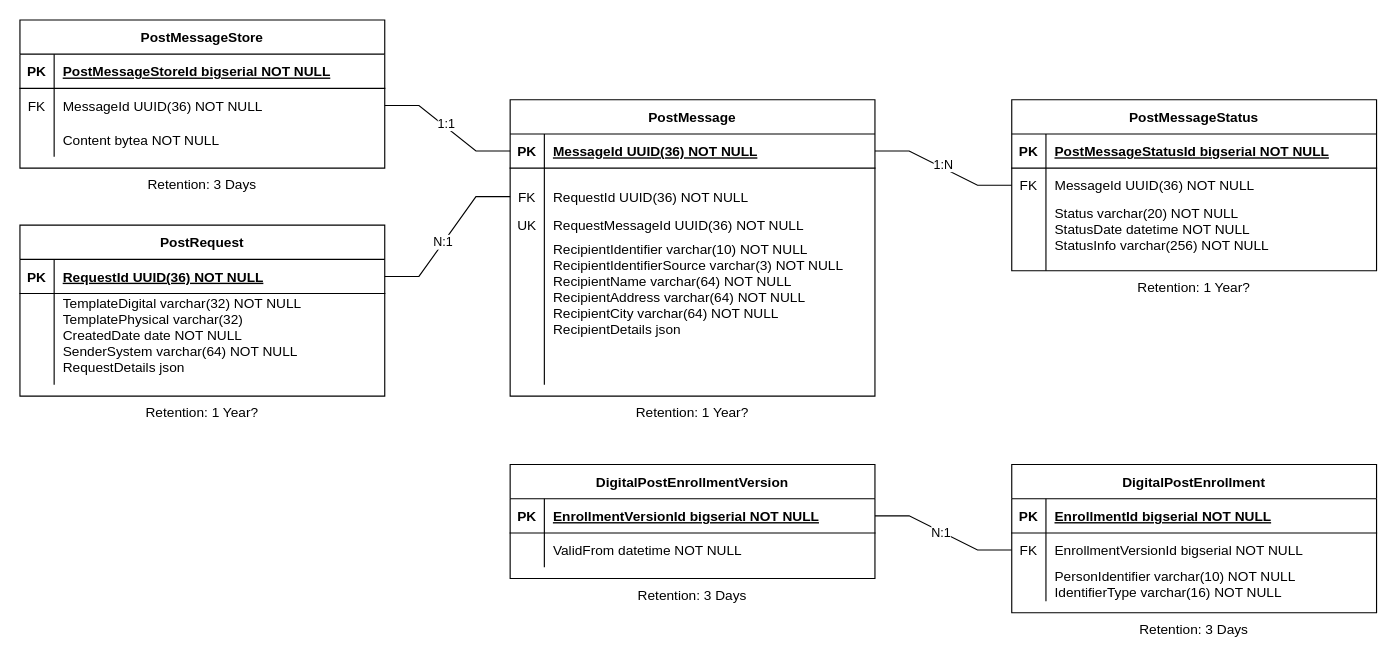
The draw.io diagram assets/dpk_db.drawio in trifork/dpk-docs, before the edit. Source tidied: cells renumbered, new cells numbered last; positions are measured from the earlier drawing's top-left corner, leaving out a move shared by most shapes. Both pictures are drawn from the tidied source at 114%, with x=0, y=0 at pixel (19, 19).
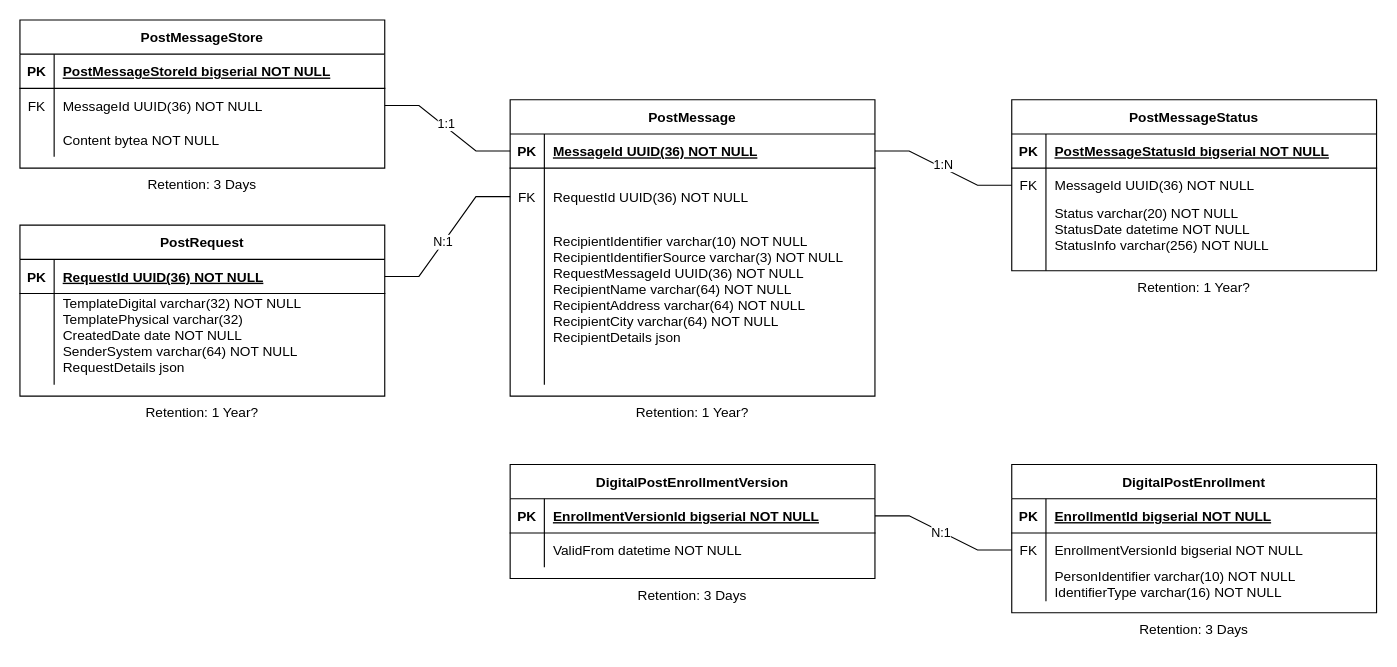
The same diagram, later.

Commit message (it also covers changes not shown here):
Removed unique key constraint on PostMessage table

The change refers to these unchanged cells:
```xml
<mxCell id="43" style="shape=partialRectangle;fillColor=none;top=0;left=0;right=0;bottom=0;" parent="36" vertex="1">
  <mxGeometry y="110" width="320" height="140" as="geometry" />
</mxCell>
```

What changed in the source:
```diff
@@
-    <mxCell id="45" value="RecipientIdentifier varchar(10) NOT NULL&#10;RecipientIdentifierSource varchar(3) NOT NULL&#10;RecipientName varchar(64) NOT NULL&#10;RecipientAddress varchar(64) NOT NULL&#10;RecipientCity varchar(64) NOT NULL&#10;RecipientDetails json&#10;&#10;" style="shape=partialRectangle;overflow=hidden;fillColor=none;top=0;left=0;bottom=0;right=0;align=left;spacingLeft=6;" parent="43" vertex="1">
+    <mxCell id="45" value="RecipientIdentifier varchar(10) NOT NULL&#10;RecipientIdentifierSource varchar(3) NOT NULL&#10;RequestMessageId UUID(36) NOT NULL&#10;RecipientName varchar(64) NOT NULL&#10;RecipientAddress varchar(64) NOT NULL&#10;RecipientCity varchar(64) NOT NULL&#10;RecipientDetails json&#10;&#10;" style="shape=partialRectangle;overflow=hidden;fillColor=none;top=0;left=0;bottom=0;right=0;align=left;spacingLeft=6;" parent="43" vertex="1">
       <mxGeometry x="30" width="290" height="140" as="geometry" />
     </mxCell>
@@
-    <mxCell id="52" value="RequestMessageId UUID(36) NOT NULL" style="shape=partialRectangle;overflow=hidden;fillColor=none;top=0;left=0;bottom=0;right=0;align=left;spacingLeft=6;" parent="1" vertex="1">
-      <mxGeometry x="460" y="160" width="290" height="40" as="geometry" />
-    </mxCell>
-    <mxCell id="53" value="UK" style="shape=partialRectangle;overflow=hidden;fillColor=none;top=0;left=0;bottom=0;right=0;" parent="1" vertex="1">
-      <mxGeometry x="430" y="155" width="30" height="50" as="geometry" />
-    </mxCell>
```
